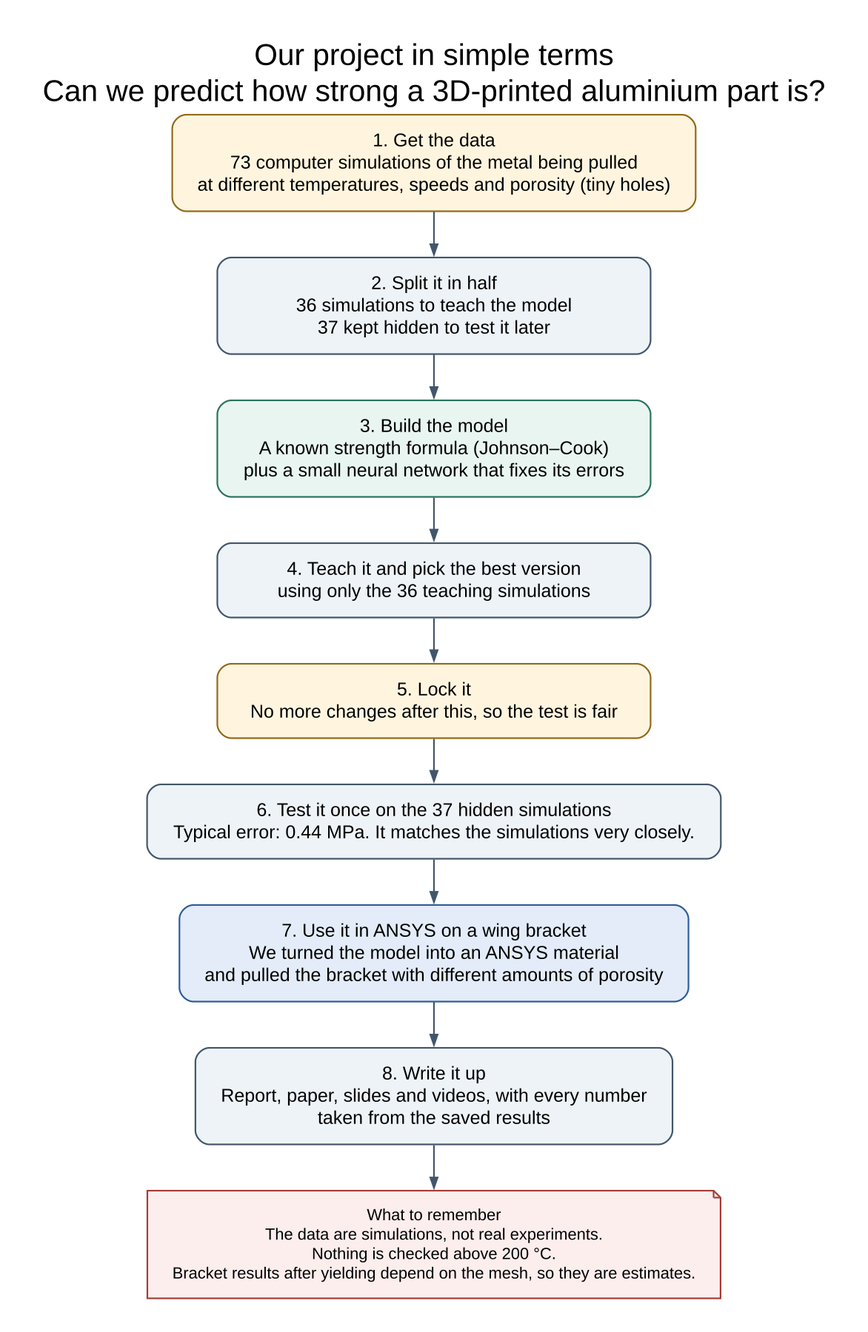
SaravananRamar06/MMM-ML keeps this Graphviz diagram as docs/project-flowchart/simple.png. Above is the earlier version. Its source is kept beside it as docs/project-flowchart/simple.dot.
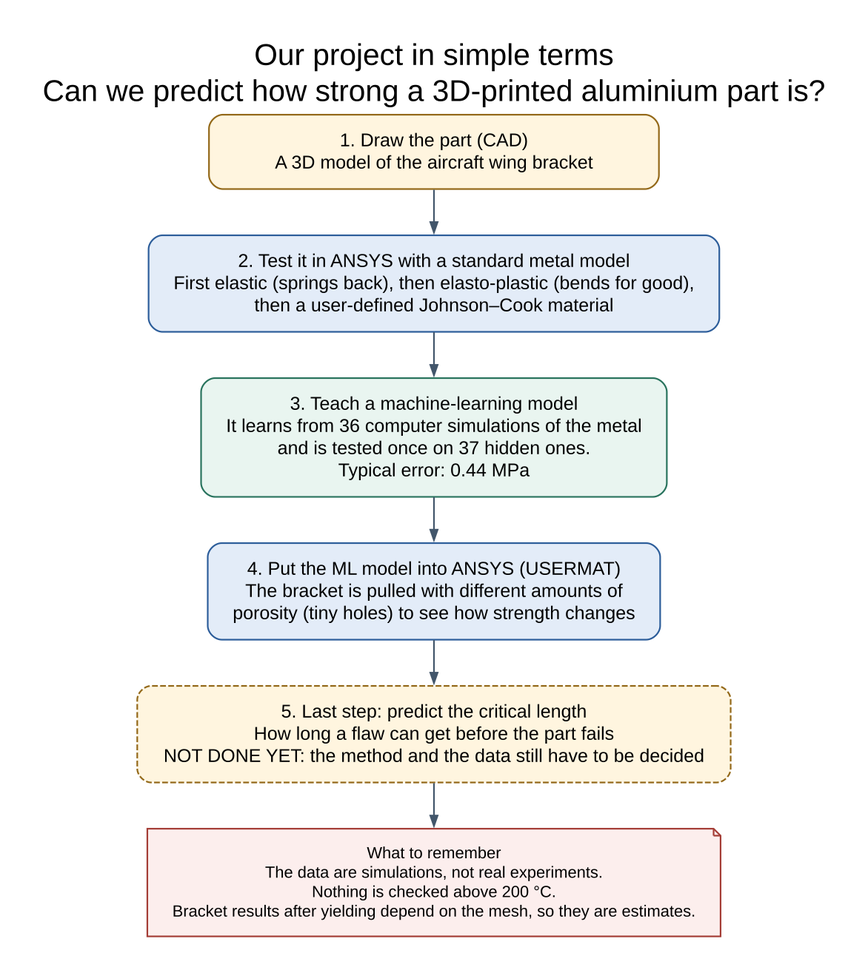
Above is the later version.

Change to the diagram source:
```diff
@@ -3,19 +3,16 @@
     fontname="Arial", fontsize=26, labelloc=t,
     label="Our project in simple terms\nCan we predict how strong a 3D-printed aluminium part is?"];
   node [shape=box, style="rounded,filled", fillcolor="#eef3f8", color="#42566b",
-    fontname="Arial", fontsize=16, margin="0.3,0.18", penwidth=1.4, width=5.2];
+    fontname="Arial", fontsize=16, margin="0.3,0.18", penwidth=1.4, width=5.4];
   edge [color="#42566b", arrowsize=0.9, penwidth=1.4];
 
-  a [label="1. Get the data\n73 computer simulations of the metal being pulled\nat different temperatures, speeds and porosity (tiny holes)", fillcolor="#fff5df", color="#936818"];
-  b [label="2. Split it in half\n36 simulations to teach the model\n37 kept hidden to test it later"];
-  c [label="3. Build the model\nA known strength formula (Johnson–Cook)\nplus a small neural network that fixes its errors", fillcolor="#e9f5f0", color="#28735d"];
-  d [label="4. Teach it and pick the best version\nusing only the 36 teaching simulations"];
-  e [label="5. Lock it\nNo more changes after this, so the test is fair", fillcolor="#fff5df", color="#936818"];
-  f [label="6. Test it once on the 37 hidden simulations\nTypical error: 0.44 MPa. It matches the simulations very closely."];
-  g [label="7. Use it in ANSYS on a wing bracket\nWe turned the model into an ANSYS material\nand pulled the bracket with different amounts of porosity", fillcolor="#e3ecf8", color="#2c5d9a"];
-  h [label="8. Write it up\nReport, paper, slides and videos, with every number\ntaken from the saved results"];
+  a [label="1. Draw the part (CAD)\nA 3D model of the aircraft wing bracket", fillcolor="#fff5df", color="#936818"];
+  b [label="2. Test it in ANSYS with a standard metal model\nFirst elastic (springs back), then elasto-plastic (bends for good),\nthen a user-defined Johnson–Cook material", fillcolor="#e3ecf8", color="#2c5d9a"];
+  c [label="3. Teach a machine-learning model\nIt learns from 36 computer simulations of the metal\nand is tested once on 37 hidden ones.\nTypical error: 0.44 MPa", fillcolor="#e9f5f0", color="#28735d"];
+  d [label="4. Put the ML model into ANSYS (USERMAT)\nThe bracket is pulled with different amounts of\nporosity (tiny holes) to see how strength changes", fillcolor="#e3ecf8", color="#2c5d9a"];
+  e [label="5. Last step: predict the critical length\nHow long a flaw can get before the part fails\nNOT DONE YET: the method and the data still have to be decided", style="rounded,dashed,filled", fillcolor="#fff5df", color="#936818"];
   note [shape=note, fillcolor="#fceeed", color="#a43d36", fontsize=14,
     label="What to remember\nThe data are simulations, not real experiments.\nNothing is checked above 200 °C.\nBracket results after yielding depend on the mesh, so they are estimates."];
 
-  a -> b -> c -> d -> e -> f -> g -> h -> note;
+  a -> b -> c -> d -> e -> note;
 }
```
